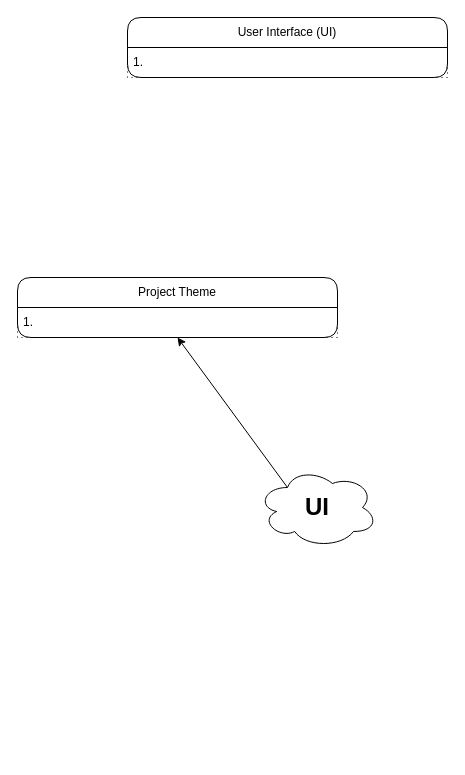
knkrn5/Programming-Concepts keeps this draw.io diagram as ui-ux/ui/ui.dio. Above is the earlier version. Source tidied: cells renumbered, new cells numbered last; positions are measured from the earlier drawing's top-left corner, leaving out a move shared by most shapes. Both pictures are drawn from the tidied source at 100%, with x=0, y=0 at pixel (17, 17).
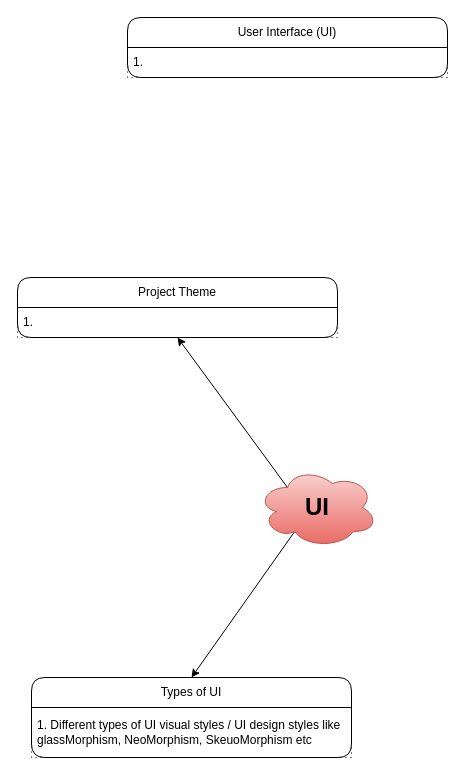
The same page after the edit.

Diff of the diagram source:
```diff
@@
 <mxGraphModel background="#ffffff">
   <root>
     <mxCell id="0" />
     <mxCell id="1" parent="0" />
     <mxCell id="2" style="edgeStyle=none;html=1;exitX=0.25;exitY=0.25;exitDx=0;exitDy=0;exitPerimeter=0;entryX=0.5;entryY=1;entryDx=0;entryDy=0;" parent="1" edge="1" source="3" target="6">
       <mxGeometry relative="1" as="geometry" />
     </mxCell>
+    <mxCell id="8" style="edgeStyle=none;html=1;exitX=0.31;exitY=0.8;exitDx=0;exitDy=0;exitPerimeter=0;entryX=0.5;entryY=0;entryDx=0;entryDy=0;" parent="1" edge="1" source="3" target="9">
+      <mxGeometry relative="1" as="geometry" />
+    </mxCell>
-    <mxCell id="3" value="&lt;font style=&quot;font-size: 24px;&quot;&gt;&lt;b style=&quot;&quot;&gt;UI&lt;/b&gt;&lt;/font&gt;" style="ellipse;shape=cloud;whiteSpace=wrap;html=1;" parent="1" vertex="1">
+    <mxCell id="3" value="&lt;font style=&quot;font-size: 24px;&quot;&gt;&lt;b style=&quot;&quot;&gt;UI&lt;/b&gt;&lt;/font&gt;" style="ellipse;shape=cloud;whiteSpace=wrap;html=1;fillColor=#f8cecc;gradientColor=#ea6b66;strokeColor=#b85450;" parent="1" vertex="1">
       <mxGeometry x="240" y="450" width="120" height="80" as="geometry" />
     </mxCell>
     <mxCell id="4" value="User Interface (UI)" style="swimlane;fontStyle=0;horizontal=1;startSize=30;whiteSpace=wrap;html=1;rounded=1;" parent="1" vertex="1">
       <mxGeometry x="110" width="320" height="60" as="geometry" />
     </mxCell>
     <mxCell id="5" value="1.&amp;nbsp;" style="text;strokeColor=default;fillColor=none;align=left;verticalAlign=middle;spacingLeft=4;spacingRight=4;overflow=hidden;whiteSpace=wrap;html=1;dashed=1;dashPattern=1 4;" parent="4" vertex="1">
       <mxGeometry y="30" width="320" height="30" as="geometry" />
     </mxCell>
     <mxCell id="6" value="Project Theme" style="swimlane;fontStyle=0;horizontal=1;startSize=30;whiteSpace=wrap;html=1;rounded=1;" parent="1" vertex="1">
       <mxGeometry y="260" width="320" height="60" as="geometry" />
     </mxCell>
     <mxCell id="7" value="1.&amp;nbsp;" style="text;strokeColor=default;fillColor=none;align=left;verticalAlign=middle;spacingLeft=4;spacingRight=4;overflow=hidden;whiteSpace=wrap;html=1;dashed=1;dashPattern=1 4;" parent="6" vertex="1">
       <mxGeometry y="30" width="320" height="30" as="geometry" />
     </mxCell>
+    <mxCell id="9" value="Types of UI" style="swimlane;fontStyle=0;horizontal=1;startSize=30;whiteSpace=wrap;html=1;rounded=1;" parent="1" vertex="1">
+      <mxGeometry x="14" y="660" width="320" height="80" as="geometry" />
+    </mxCell>
+    <mxCell id="10" value="1. Different types of&amp;nbsp;UI visual styles / UI design styles like glassMorphism, NeoMorphism, SkeuoMorphism etc" style="text;strokeColor=default;fillColor=none;align=left;verticalAlign=middle;spacingLeft=4;spacingRight=4;overflow=hidden;whiteSpace=wrap;html=1;dashed=1;dashPattern=1 4;" parent="9" vertex="1">
+      <mxGeometry y="30" width="320" height="50" as="geometry" />
+    </mxCell>
   </root>
 </mxGraphModel>
```
